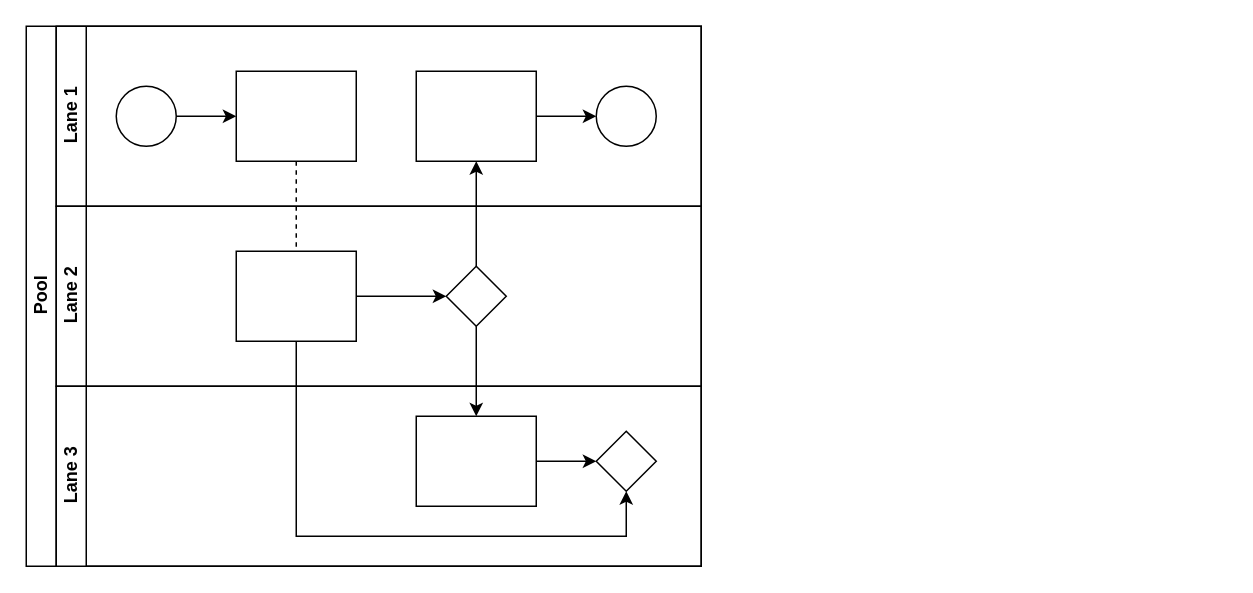
Earlier version of the draw.io diagram 泳道图测试.drawio (chenxtom/angma). Source tidied: cells renumbered, new cells numbered last; positions are measured from the earlier drawing's top-left corner, leaving out a move shared by most shapes. Both pictures are drawn from the tidied source at 150%, with x=0, y=0 at pixel (26, 26).
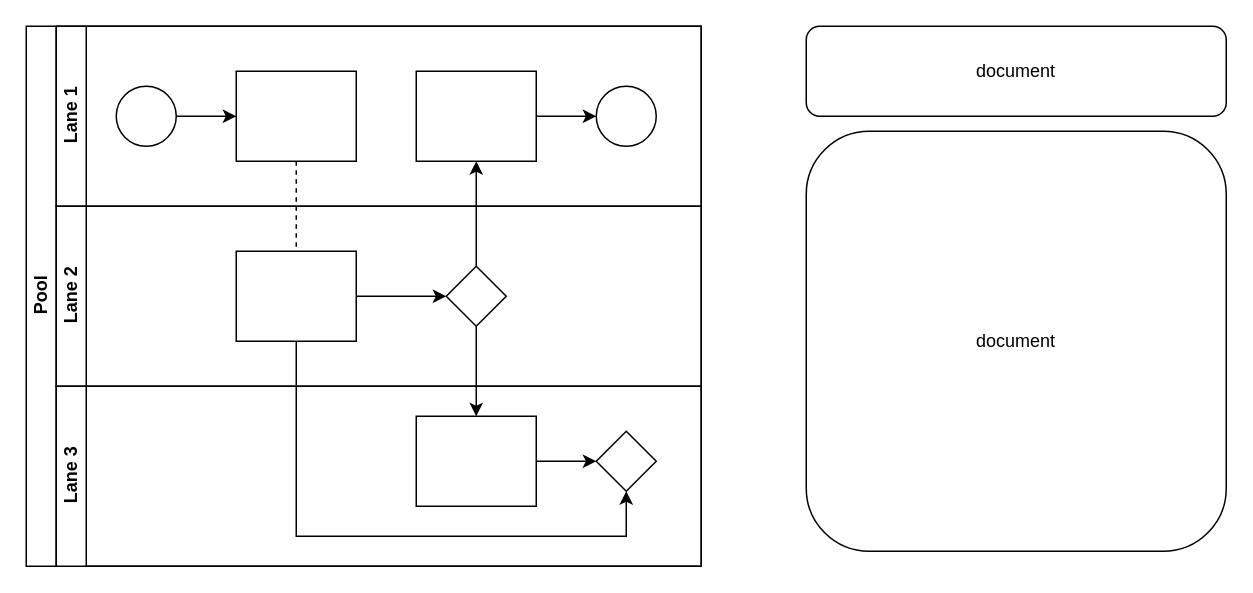
After the change.

Commit message:
更新泳道图测试.drawio

Diff of the diagram source:
```diff
@@
+    <mxCell id="22" value="document" style="rounded=1;whiteSpace=wrap;html=1;" parent="1" vertex="1">
+      <mxGeometry x="520" width="280" height="60" as="geometry" />
+    </mxCell>
+    <mxCell id="23" value="document" style="rounded=1;whiteSpace=wrap;html=1;direction=south;" parent="1" vertex="1">
+      <mxGeometry x="520" y="70" width="280" height="280" as="geometry" />
+    </mxCell>
```
